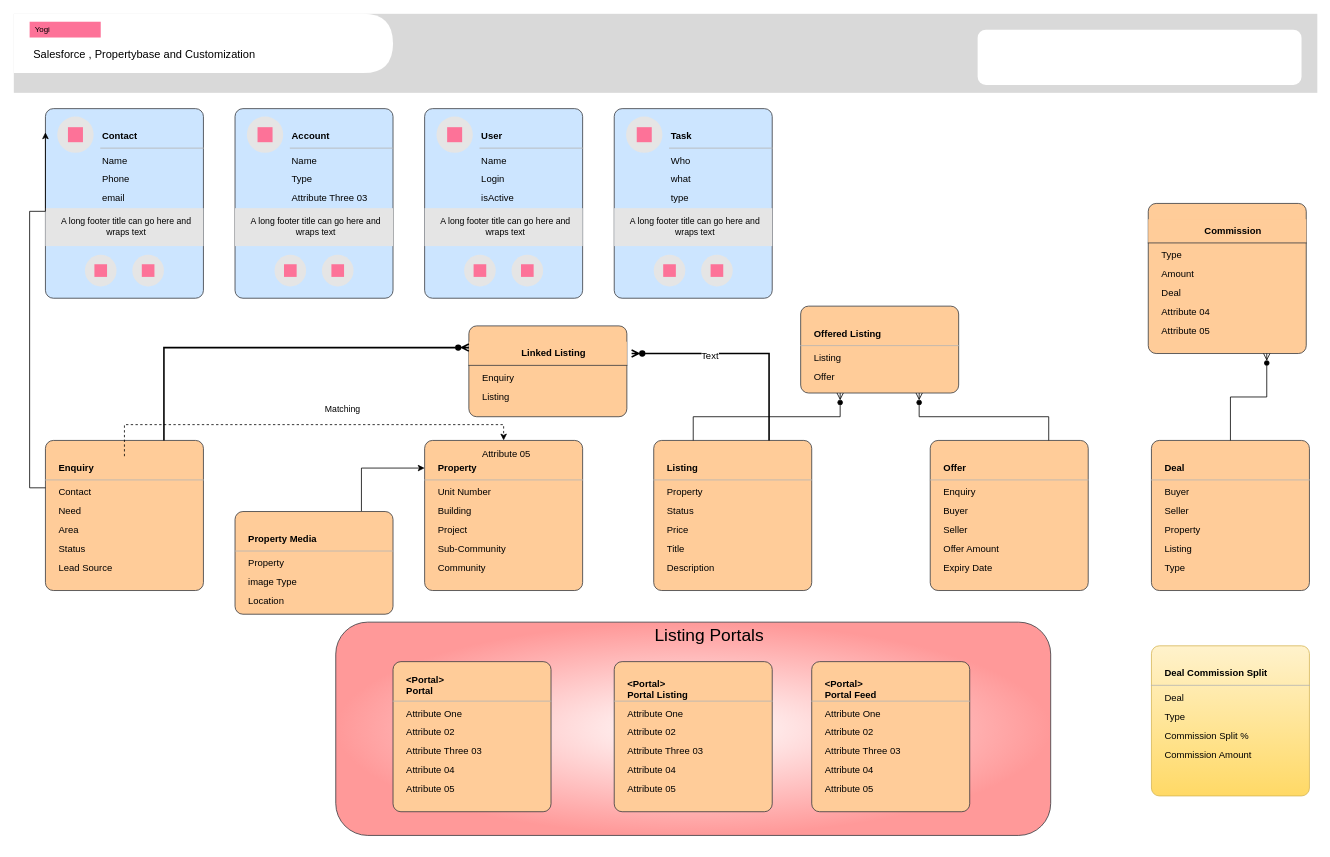
This is page "Property base Objects" (3 of 24) of Real Estate Business.drawio from ybbhosale2023/Propertybase, a draw.io file, before an edit. Source tidied: cells renumbered, new cells numbered last; positions are measured from the earlier drawing's top-left corner, leaving out a move shared by most shapes. Both pictures are drawn from the tidied source at 79%, with x=0, y=0 at pixel (13, 13).
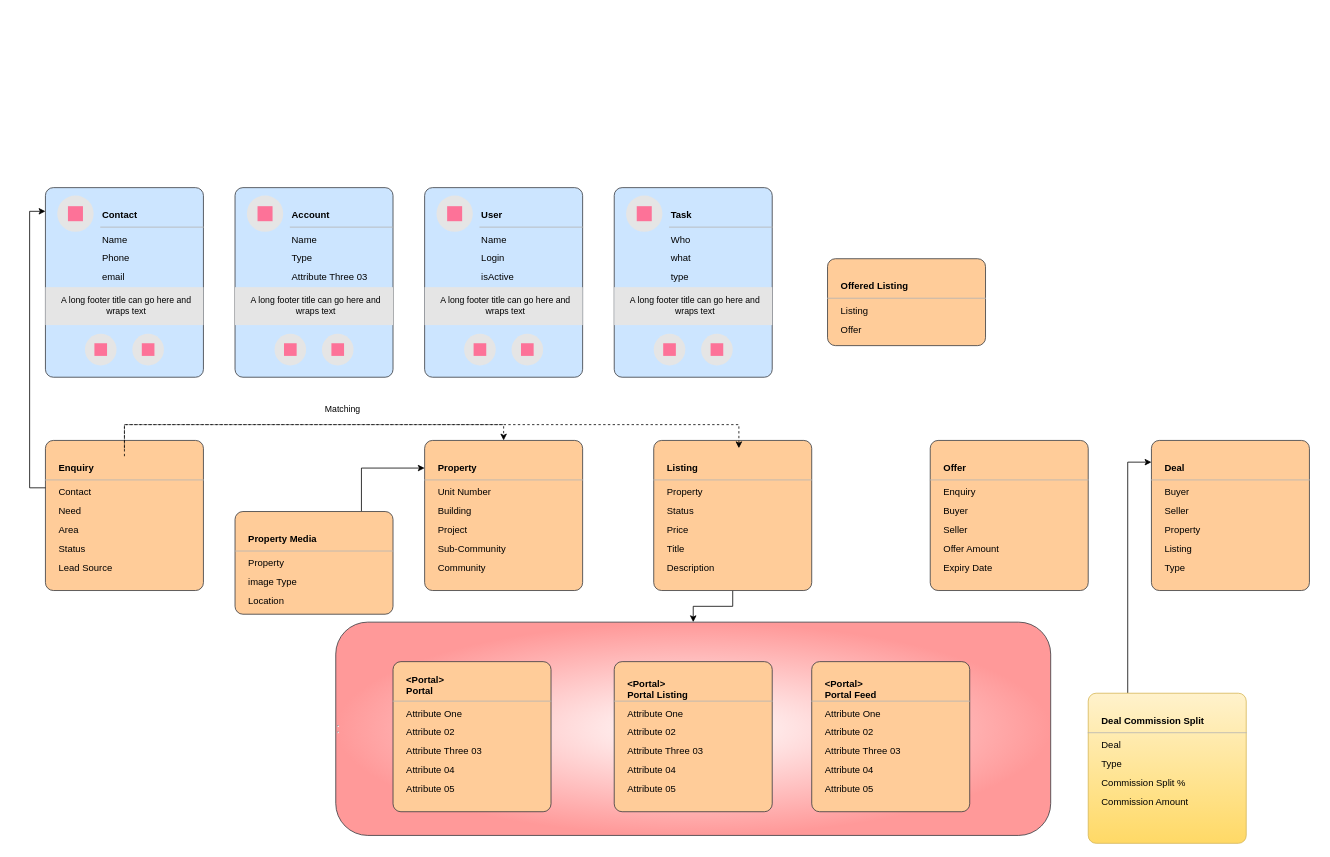
The same page after the edit.

Unchanged cells that the change refers to:
```xml
<mxCell id="51" style="rounded=1;whiteSpace=wrap;html=1;strokeColor=#36393d;arcSize=20;absoluteArcSize=1;fillColor=#ffcc99;" parent="1" vertex="1">
  <mxGeometry x="40" y="540" width="200" height="190" as="geometry" />
</mxCell>
<mxCell id="66" style="rounded=1;whiteSpace=wrap;html=1;strokeColor=#36393d;arcSize=20;absoluteArcSize=1;fillColor=#ffcc99;" parent="1" vertex="1">
  <mxGeometry x="810" y="540" width="200" height="190" as="geometry" />
</mxCell>
<mxCell id="81" style="rounded=1;whiteSpace=wrap;html=1;strokeColor=#36393d;arcSize=20;absoluteArcSize=1;fillColor=#ffcc99;" parent="1" vertex="1">
  <mxGeometry x="1160" y="540" width="200" height="190" as="geometry" />
</mxCell>
<mxCell id="88" style="rounded=1;whiteSpace=wrap;html=1;strokeColor=#36393d;arcSize=20;absoluteArcSize=1;fillColor=#ffcc99;" parent="1" vertex="1">
  <mxGeometry x="1440" y="540" width="200" height="190" as="geometry" />
</mxCell>
<mxCell id="89" value="Deal" style="shape=partialRectangle;whiteSpace=wrap;html=1;top=0;left=0;fillColor=none;right=0;fontStyle=1;align=left;strokeColor=#B3B3B3;spacingLeft=15;" parent="88" vertex="1">
  <mxGeometry width="200" height="30" relative="1" as="geometry">
    <mxPoint y="20" as="offset" />
  </mxGeometry>
</mxCell>
```

What changed in the source:
```diff
@@
-    <mxCell id="2" value="&lt;blockquote style=&quot;margin: 0 0 0 40px; border: none; padding: 0px;&quot;&gt;&lt;div style=&quot;&quot;&gt;&lt;span style=&quot;font-size: 22px;&quot;&gt;Listing Portals&lt;/span&gt;&lt;/div&gt;&lt;div style=&quot;&quot;&gt;&lt;span style=&quot;font-size: 22px;&quot;&gt;&lt;br&gt;&lt;/span&gt;&lt;/div&gt;&lt;div style=&quot;&quot;&gt;&lt;span style=&quot;font-size: 22px;&quot;&gt;&lt;br&gt;&lt;/span&gt;&lt;/div&gt;&lt;div style=&quot;&quot;&gt;&lt;span style=&quot;font-size: 22px;&quot;&gt;&lt;br&gt;&lt;/span&gt;&lt;/div&gt;&lt;div style=&quot;&quot;&gt;&lt;span style=&quot;font-size: 22px;&quot;&gt;&lt;br&gt;&lt;/span&gt;&lt;/div&gt;&lt;div style=&quot;&quot;&gt;&lt;span style=&quot;font-size: 22px;&quot;&gt;&lt;br&gt;&lt;/span&gt;&lt;/div&gt;&lt;div style=&quot;&quot;&gt;&lt;span style=&quot;font-size: 22px;&quot;&gt;&lt;br&gt;&lt;/span&gt;&lt;/div&gt;&lt;div style=&quot;&quot;&gt;&lt;span style=&quot;font-size: 22px;&quot;&gt;&lt;br&gt;&lt;/span&gt;&lt;/div&gt;&lt;div style=&quot;&quot;&gt;&lt;span style=&quot;font-size: 22px;&quot;&gt;&lt;br&gt;&lt;/span&gt;&lt;/div&gt;&lt;div style=&quot;&quot;&gt;&lt;span style=&quot;font-size: 22px;&quot;&gt;&lt;br&gt;&lt;/span&gt;&lt;/div&gt;&lt;/blockquote&gt;" style="rounded=1;whiteSpace=wrap;html=1;fillColor=default;strokeColor=#36393d;gradientColor=#FF9999;gradientDirection=radial;align=center;" parent="1" vertex="1">
+    <mxCell id="2" value="&lt;div style=&quot;&quot;&gt;&lt;hr&gt;&lt;hr style=&quot;text-align: right;&quot;&gt;&lt;/div&gt;" style="rounded=1;whiteSpace=wrap;html=1;fillColor=default;strokeColor=#36393d;gradientColor=#FF9999;gradientDirection=radial;align=left;" parent="1" vertex="1">
       <mxGeometry x="407.5" y="770" width="905" height="270" as="geometry" />
     </mxCell>
     <mxCell id="3" style="rounded=1;whiteSpace=wrap;html=1;strokeColor=#36393d;arcSize=20;absoluteArcSize=1;fillColor=#cce5ff;" parent="1" vertex="1">
-      <mxGeometry x="40" y="120" width="200" height="240" as="geometry" />
+      <mxGeometry x="40" y="220" width="200" height="240" as="geometry" />
     </mxCell>
@@
     <mxCell id="15" style="rounded=1;whiteSpace=wrap;html=1;strokeColor=#36393d;arcSize=20;absoluteArcSize=1;fillColor=#cce5ff;" parent="1" vertex="1">
-      <mxGeometry x="280" y="120" width="200" height="240" as="geometry" />
+      <mxGeometry x="280" y="220" width="200" height="240" as="geometry" />
     </mxCell>
@@
     <mxCell id="27" style="rounded=1;whiteSpace=wrap;html=1;strokeColor=#36393d;arcSize=20;absoluteArcSize=1;fillColor=#cce5ff;" parent="1" vertex="1">
-      <mxGeometry x="520" y="120" width="200" height="240" as="geometry" />
+      <mxGeometry x="520" y="220" width="200" height="240" as="geometry" />
     </mxCell>
@@
     <mxCell id="39" style="rounded=1;whiteSpace=wrap;html=1;strokeColor=#36393d;arcSize=20;absoluteArcSize=1;fillColor=#cce5ff;" parent="1" vertex="1">
-      <mxGeometry x="760" y="120" width="200" height="240" as="geometry" />
+      <mxGeometry x="760" y="220" width="200" height="240" as="geometry" />
     </mxCell>
@@
+    <mxCell id="149" style="edgeStyle=orthogonalEdgeStyle;rounded=0;jettySize=auto;html=1;" parent="1" edge="1" source="66" target="2">
+      <mxGeometry relative="1" as="geometry" />
+    </mxCell>
@@
+    <mxCell id="150" style="edgeStyle=orthogonalEdgeStyle;rounded=0;orthogonalLoop=1;jettySize=auto;html=1;entryX=0.539;entryY=-0.001;entryDx=0;entryDy=0;entryPerimeter=0;dashed=1;" parent="1" edge="1">
+      <mxGeometry relative="1" as="geometry">
+        <mxPoint x="140" y="550" as="sourcePoint" />
+        <mxPoint x="917.8" y="549.8" as="targetPoint" />
+        <Array as="points">
+          <mxPoint x="140" y="520" />
+          <mxPoint x="918" y="520" />
+        </Array>
+      </mxGeometry>
+    </mxCell>
@@
+    <mxCell id="151" style="edgeStyle=orthogonalEdgeStyle;rounded=0;jettySize=auto;html=1;exitX=0.25;exitY=0;exitDx=0;exitDy=0;entryX=0;entryY=0.25;entryDx=0;entryDy=0;" parent="1" edge="1" source="95" target="89">
+      <mxGeometry relative="1" as="geometry" />
+    </mxCell>
     <mxCell id="95" style="rounded=1;whiteSpace=wrap;html=1;strokeColor=#d6b656;arcSize=20;absoluteArcSize=1;fillColor=#fff2cc;gradientColor=#ffd966;" parent="1" vertex="1">
-      <mxGeometry x="1440" y="800" width="200" height="190" as="geometry" />
+      <mxGeometry x="1360" y="860" width="200" height="190" as="geometry" />
     </mxCell>
@@
     <mxCell id="122" style="rounded=1;whiteSpace=wrap;html=1;strokeColor=#36393d;arcSize=20;absoluteArcSize=1;fillColor=#ffcc99;" parent="1" vertex="1">
-      <mxGeometry x="996" y="370" width="200" height="110" as="geometry" />
+      <mxGeometry x="1030" y="310" width="200" height="110" as="geometry" />
     </mxCell>
@@
-    <mxCell id="126" style="strokeColor=none;fillColor=#d9d9d9;" parent="1" vertex="1">
-      <mxGeometry width="1650" height="100" as="geometry" />
-    </mxCell>
-    <mxCell id="127" style="shape=delay;whiteSpace=wrap;html=1;strokeColor=none;" parent="126" vertex="1">
-      <mxGeometry width="480" height="75" relative="1" as="geometry" />
-    </mxCell>
-    <mxCell id="128" value="Yogi" style="rounded=0;whiteSpace=wrap;html=1;fillColor=#fd7298;strokeColor=none;align=left;spacingLeft=5;fontSize=10;" parent="127" vertex="1">
-      <mxGeometry width="90" height="20" relative="1" as="geometry">
-        <mxPoint x="20" y="10" as="offset" />
-      </mxGeometry>
-    </mxCell>
-    <mxCell id="129" value="&lt;h3&gt;&lt;span style=&quot;font-size: 14px; font-weight: 400;&quot;&gt;Salesforce , Propertybase and Customization&lt;/span&gt;&lt;/h3&gt;" style="text;html=1;strokeColor=none;fillColor=none;spacing=5;spacingTop=-20;whiteSpace=wrap;overflow=hidden;rounded=0;" parent="127" vertex="1">
-      <mxGeometry width="440" height="50" relative="1" as="geometry">
-        <mxPoint x="20" y="40" as="offset" />
-      </mxGeometry>
-    </mxCell>
-    <mxCell id="130" style="rounded=1;whiteSpace=wrap;html=1;strokeColor=none;verticalAlign=top;align=left;spacingLeft=10;fontSize=11;" parent="126" vertex="1">
-      <mxGeometry x="1" width="410" height="70" relative="1" as="geometry">
-        <mxPoint x="-430" y="20" as="offset" />
-      </mxGeometry>
-    </mxCell>
-    <mxCell id="131" style="edgeStyle=orthogonalEdgeStyle;fontSize=12;html=1;endArrow=manyOptional;endFill=1;startArrow=none;rounded=0;startFill=0;entryX=0.25;entryY=1;entryDx=0;entryDy=0;exitX=0.25;exitY=0;exitDx=0;exitDy=0;" parent="1" edge="1" source="66" target="122">
-      <mxGeometry relative="1" as="geometry" />
-    </mxCell>
-    <mxCell id="132" style="edgeStyle=elbowEdgeStyle;fontSize=12;html=1;endArrow=manyOptional;endFill=1;startArrow=none;rounded=0;startFill=0;elbow=vertical;exitX=0.75;exitY=0;exitDx=0;exitDy=0;entryX=0.75;entryY=1;entryDx=0;entryDy=0;" parent="1" edge="1" source="81" target="122">
-      <mxGeometry relative="1" as="geometry" />
-    </mxCell>
-    <mxCell id="133" style="rounded=1;whiteSpace=wrap;html=1;strokeColor=#36393d;arcSize=20;absoluteArcSize=1;fillColor=#ffcc99;align=center;verticalAlign=middle;fontFamily=Helvetica;fontSize=12;fontColor=default;" parent="1" vertex="1">
-      <mxGeometry x="1436" y="240" width="200" height="190" as="geometry" />
-    </mxCell>
-    <mxCell id="134" value="Commission" style="shape=partialRectangle;whiteSpace=wrap;html=1;top=0;left=0;fillColor=#ffcc99;right=0;fontStyle=1;align=center;strokeColor=#36393d;spacingLeft=15;rounded=1;verticalAlign=middle;arcSize=20;fontFamily=Helvetica;fontSize=12;fontColor=default;" parent="133" vertex="1">
-      <mxGeometry width="200" height="30" relative="1" as="geometry">
-        <mxPoint y="20" as="offset" />
-      </mxGeometry>
-    </mxCell>
-    <mxCell id="135" value="Type" style="text;html=1;strokeColor=none;fillColor=none;align=left;verticalAlign=middle;whiteSpace=wrap;rounded=0;spacingLeft=15;fontFamily=Helvetica;fontSize=12;fontColor=default;" parent="133" vertex="1">
-      <mxGeometry width="200" height="24" relative="1" as="geometry">
-        <mxPoint y="54" as="offset" />
-      </mxGeometry>
-    </mxCell>
-    <mxCell id="136" value="Amount" style="text;html=1;strokeColor=none;fillColor=none;align=left;verticalAlign=middle;whiteSpace=wrap;rounded=0;spacingLeft=15;fontFamily=Helvetica;fontSize=12;fontColor=default;" parent="133" vertex="1">
-      <mxGeometry width="200" height="24" relative="1" as="geometry">
-        <mxPoint y="78" as="offset" />
-      </mxGeometry>
-    </mxCell>
-    <mxCell id="137" value="Deal" style="text;html=1;strokeColor=none;fillColor=none;align=left;verticalAlign=middle;whiteSpace=wrap;rounded=0;spacingLeft=15;fontFamily=Helvetica;fontSize=12;fontColor=default;" parent="133" vertex="1">
-      <mxGeometry width="200" height="24" relative="1" as="geometry">
-        <mxPoint y="102" as="offset" />
-      </mxGeometry>
-    </mxCell>
-    <mxCell id="138" value="Attribute 04" style="text;html=1;strokeColor=none;fillColor=none;align=left;verticalAlign=middle;whiteSpace=wrap;rounded=0;spacingLeft=15;fontFamily=Helvetica;fontSize=12;fontColor=default;" parent="133" vertex="1">
-      <mxGeometry width="200" height="24" relative="1" as="geometry">
-        <mxPoint y="126" as="offset" />
-      </mxGeometry>
-    </mxCell>
-    <mxCell id="139" value="Attribute 05" style="text;html=1;strokeColor=none;fillColor=none;align=left;verticalAlign=middle;whiteSpace=wrap;rounded=0;spacingLeft=15;fontFamily=Helvetica;fontSize=12;fontColor=default;" parent="133" vertex="1">
-      <mxGeometry width="200" height="24" relative="1" as="geometry">
-        <mxPoint y="150" as="offset" />
-      </mxGeometry>
-    </mxCell>
-    <mxCell id="140" style="fontSize=12;html=1;endArrow=manyOptional;endFill=1;startArrow=none;rounded=0;startFill=0;exitX=0.5;exitY=0;exitDx=0;exitDy=0;entryX=0.75;entryY=1;entryDx=0;entryDy=0;edgeStyle=elbowEdgeStyle;elbow=vertical;" parent="1" edge="1" source="88" target="133">
-      <mxGeometry relative="1" as="geometry" />
-    </mxCell>
-    <mxCell id="141" style="rounded=1;whiteSpace=wrap;html=1;strokeColor=#36393d;arcSize=20;absoluteArcSize=1;align=center;verticalAlign=middle;fontFamily=Helvetica;fontSize=12;fontColor=default;fillColor=#ffcc99;" parent="1" vertex="1">
-      <mxGeometry x="576" y="395" width="200" height="115" as="geometry" />
-    </mxCell>
-    <mxCell id="142" value="Linked Listing" style="shape=partialRectangle;whiteSpace=wrap;html=1;top=0;left=0;fillColor=#ffcc99;right=0;fontStyle=1;align=center;strokeColor=#36393d;spacingLeft=15;rounded=1;verticalAlign=middle;arcSize=20;fontFamily=Helvetica;fontSize=12;fontColor=default;" parent="141" vertex="1">
-      <mxGeometry width="200" height="30" relative="1" as="geometry">
-        <mxPoint y="20" as="offset" />
-      </mxGeometry>
-    </mxCell>
-    <mxCell id="143" value="Enquiry" style="text;html=1;strokeColor=none;fillColor=none;align=left;verticalAlign=middle;whiteSpace=wrap;rounded=0;spacingLeft=15;fontFamily=Helvetica;fontSize=12;fontColor=default;" parent="141" vertex="1">
-      <mxGeometry width="200" height="24" relative="1" as="geometry">
-        <mxPoint y="54" as="offset" />
-      </mxGeometry>
-    </mxCell>
-    <mxCell id="144" value="Listing" style="text;html=1;strokeColor=none;fillColor=none;align=left;verticalAlign=middle;whiteSpace=wrap;rounded=0;spacingLeft=15;fontFamily=Helvetica;fontSize=12;fontColor=default;" parent="141" vertex="1">
-      <mxGeometry width="200" height="24" relative="1" as="geometry">
-        <mxPoint y="78" as="offset" />
-      </mxGeometry>
-    </mxCell>
-    <mxCell id="145" value="Attribute 05" style="text;html=1;strokeColor=none;fillColor=none;align=left;verticalAlign=middle;whiteSpace=wrap;rounded=0;spacingLeft=15;fontFamily=Helvetica;fontSize=12;fontColor=default;" parent="141" vertex="1">
-      <mxGeometry width="200" height="24" relative="1" as="geometry">
-        <mxPoint y="150" as="offset" />
-      </mxGeometry>
-    </mxCell>
-    <mxCell id="146" style="edgeStyle=elbowEdgeStyle;fontSize=12;html=1;endArrow=manyOptional;endFill=1;startArrow=none;rounded=0;startFill=0;strokeColor=default;strokeWidth=2;align=center;verticalAlign=middle;fontFamily=Helvetica;fontColor=default;labelBackgroundColor=default;elbow=vertical;exitX=0.73;exitY=0;exitDx=0;exitDy=0;exitPerimeter=0;" parent="141" edge="1" source="66">
-      <mxGeometry relative="1" as="geometry">
-        <mxPoint x="206" y="35" as="targetPoint" />
-        <Array as="points">
-          <mxPoint x="310" y="35" />
-        </Array>
-      </mxGeometry>
-    </mxCell>
-    <mxCell id="147" value="Text" style="edgeLabel;html=1;align=center;verticalAlign=middle;rounded=0;strokeColor=default;strokeWidth=2;fontFamily=Helvetica;fontSize=12;fontColor=default;labelBackgroundColor=default;" parent="146" vertex="1">
-      <mxGeometry x="0.31" y="3" relative="1" as="geometry" />
-    </mxCell>
-    <mxCell id="148" style="edgeStyle=orthogonalEdgeStyle;fontSize=12;html=1;endArrow=manyOptional;endFill=1;startArrow=none;rounded=0;startFill=0;exitX=0.75;exitY=0;exitDx=0;exitDy=0;entryX=0;entryY=0.25;entryDx=0;entryDy=0;elbow=vertical;strokeWidth=2;" parent="1" edge="1" source="51" target="142">
-      <mxGeometry relative="1" as="geometry" />
-    </mxCell>
```
